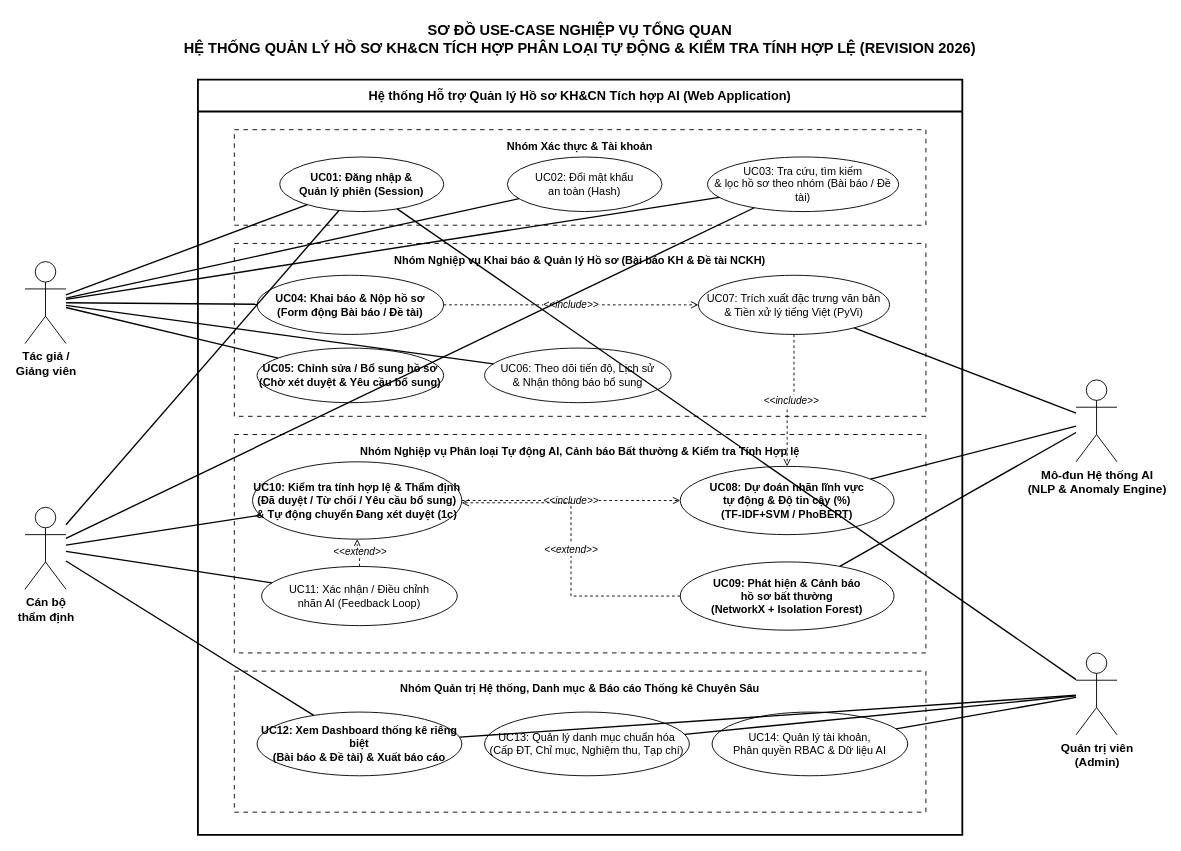
Above: diagrams/01_UseCase_NghiepVu_TongQuan.drawio in nguyenthanhphat-144/KLCN_2026 (draw.io), before the change. Source tidied: cells renumbered, new cells numbered last; positions are measured from the earlier drawing's top-left corner, leaving out a move shared by most shapes. Both pictures are drawn from the tidied source at 91%, with x=0, y=0 at pixel (25, 15).
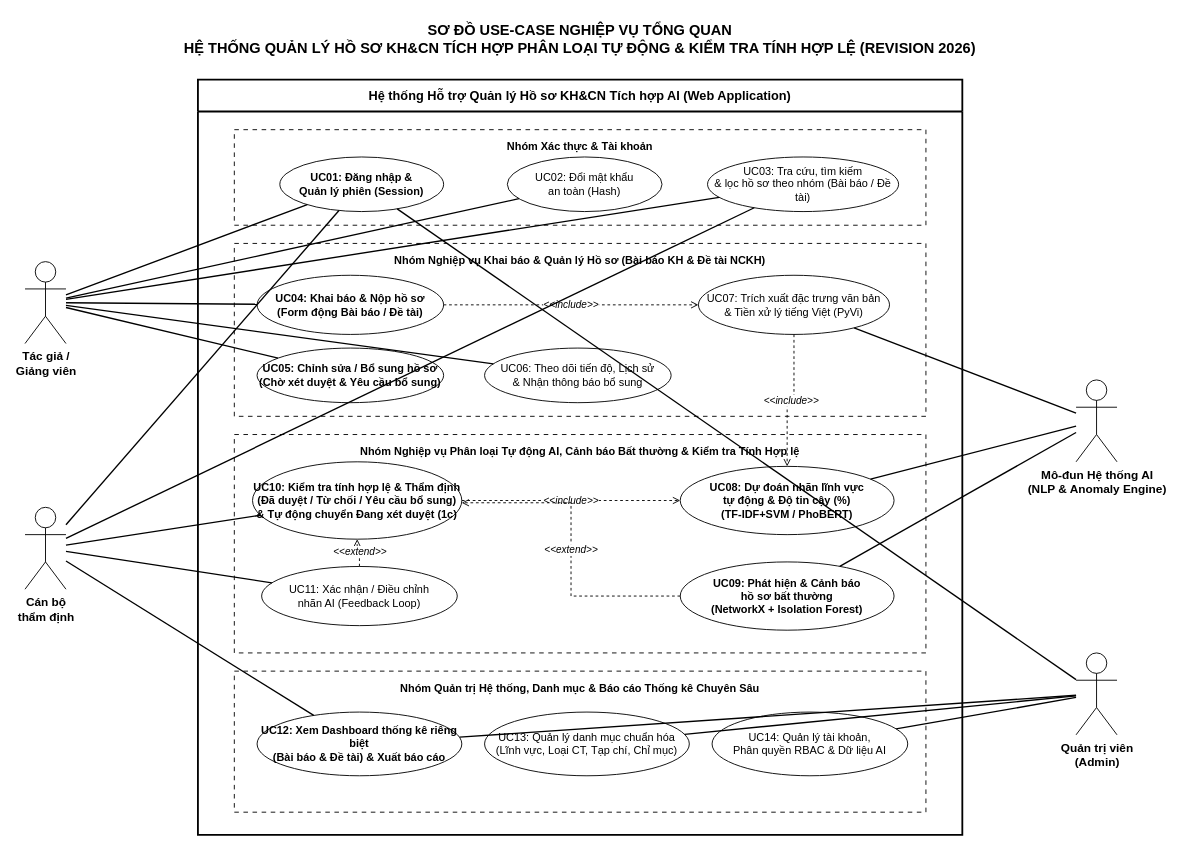
After the change.

The change refers to these unchanged cells:
```xml
<mxCell id="3" value="Hệ thống Hỗ trợ Quản lý Hồ sơ KH&amp;CN Tích hợp AI (Web Application)" style="swimlane;whiteSpace=wrap;html=1;startSize=35;fillColor=#FFFFFF;strokeColor=#000000;strokeWidth=2;fontSize=14;fontStyle=1;fontColor=#000000;rounded=0;" parent="1" vertex="1">
  <mxGeometry x="190" y="70" width="840" height="830" as="geometry" />
</mxCell>
```

Change to the diagram source:
```diff
@@
-    <mxCell id="20" value="UC13: Quản lý danh mục chuẩn hóa&#10;(Cấp ĐT, Chỉ mục, Nghiệm thu, Tạp chí)" style="ellipse;whiteSpace=wrap;html=1;fillColor=#FFFFFF;strokeColor=#000000;fontSize=12;fontColor=#000000;" parent="3" vertex="1">
+    <mxCell id="20" value="UC13: Quản lý danh mục chuẩn hóa&#10;(Lĩnh vực, Loại CT, Tạp chí, Chỉ mục)" style="ellipse;whiteSpace=wrap;html=1;fillColor=#FFFFFF;strokeColor=#000000;fontSize=12;fontColor=#000000;" parent="3" vertex="1">
       <mxGeometry x="315" y="695" width="225" height="70" as="geometry" />
     </mxCell>
```
